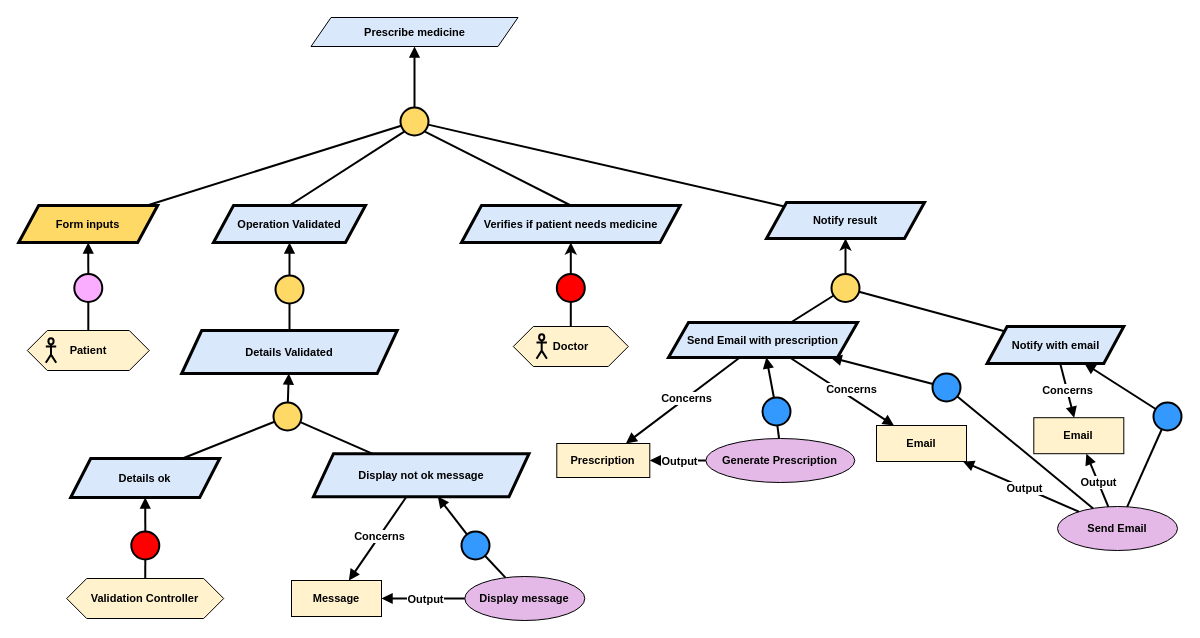
Before: Kaos/KAOS 12.drawio in RafaelCMira/myclinic-msp-project, a draw.io diagram. Source tidied: cells renumbered, new cells numbered last; positions are measured from the earlier drawing's top-left corner, leaving out a move shared by most shapes. Both pictures are drawn from the tidied source at 100%, with x=0, y=0 at pixel (18, 17).
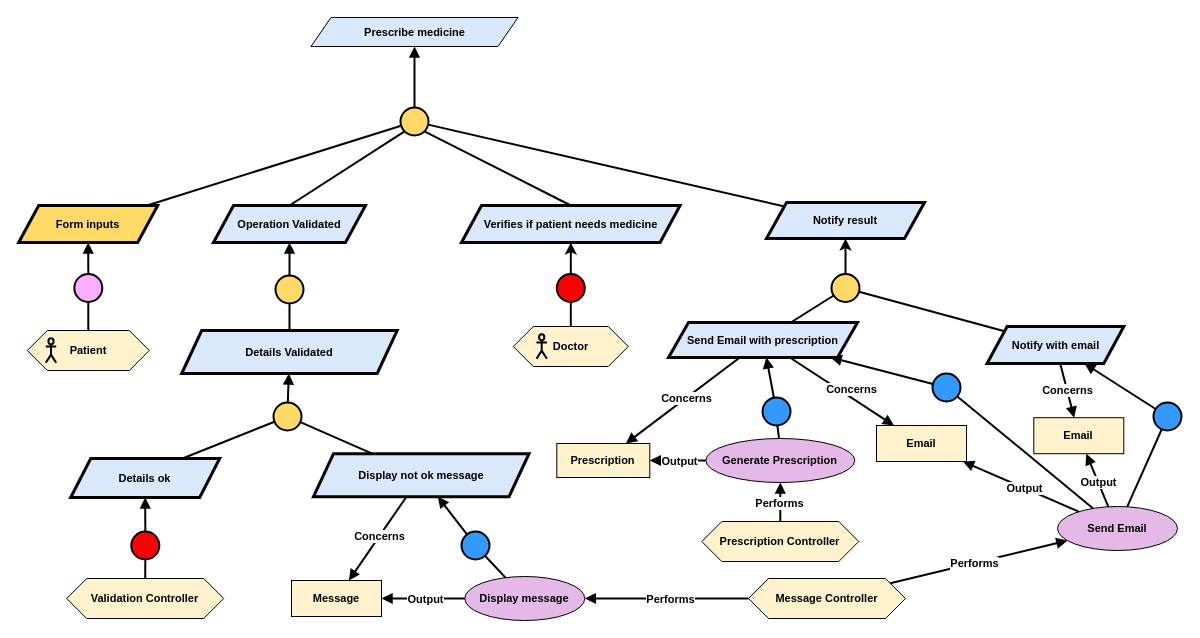
The same page after the edit.

Unchanged cells that the change refers to:
```xml
<mxCell id="26" value="&lt;b&gt;Display message&lt;/b&gt;" style="ellipse;whiteSpace=wrap;html=1;fillColor=#E4B9E7;strokeColor=#000000;fontFamily=Helvetica;fontSize=11;fontColor=default;labelBackgroundColor=none;" parent="1" vertex="1">
  <mxGeometry x="446.3" y="559" width="120" height="44" as="geometry" />
</mxCell>
<mxCell id="47" value="&lt;b&gt;Send Email&lt;/b&gt;" style="ellipse;whiteSpace=wrap;html=1;fillColor=#E4B9E7;strokeColor=#000000;fontFamily=Helvetica;fontSize=11;fontColor=default;labelBackgroundColor=none;" parent="1" vertex="1">
  <mxGeometry x="1039" y="489" width="120" height="44" as="geometry" />
</mxCell>
<mxCell id="56" value="&lt;b&gt;Generate Prescription&lt;/b&gt;" style="ellipse;whiteSpace=wrap;html=1;fillColor=#E4B9E7;strokeColor=#000000;fontFamily=Helvetica;fontSize=11;fontColor=default;labelBackgroundColor=none;" parent="1" vertex="1">
  <mxGeometry x="687.3" y="421" width="149" height="44" as="geometry" />
</mxCell>
```

Change to the diagram source:
```diff
@@
+    <mxCell id="79" value="&lt;b&gt;Message Controller&lt;/b&gt;" style="shape=hexagon;perimeter=hexagonPerimeter2;whiteSpace=wrap;html=1;fixedSize=1;fillColor=#FFF2CC;fontFamily=Helvetica;fontSize=11;fontColor=default;labelBackgroundColor=none;" parent="1" vertex="1">
+      <mxGeometry x="730" y="561" width="157" height="40" as="geometry" />
+    </mxCell>
+    <mxCell id="80" style="endArrow=block;html=1;rounded=0;endFill=1;strokeWidth=2;" parent="1" edge="1" source="79" target="26">
+      <mxGeometry relative="1" as="geometry" />
+    </mxCell>
+    <mxCell id="81" value="&lt;b&gt;Performs&lt;/b&gt;" style="edgeLabel;html=1;align=center;verticalAlign=middle;" parent="80" vertex="1">
+      <mxGeometry x="-0.05" relative="1" as="geometry">
+        <mxPoint x="-1" as="offset" />
+      </mxGeometry>
+    </mxCell>
+    <mxCell id="82" style="endArrow=block;html=1;rounded=0;endFill=1;strokeWidth=2;" parent="1" edge="1" source="79" target="47">
+      <mxGeometry relative="1" as="geometry" />
+    </mxCell>
+    <mxCell id="83" value="&lt;b&gt;Performs&lt;/b&gt;" style="edgeLabel;html=1;align=center;verticalAlign=middle;" parent="82" vertex="1">
+      <mxGeometry x="-0.05" relative="1" as="geometry">
+        <mxPoint x="-1" as="offset" />
+      </mxGeometry>
+    </mxCell>
+    <mxCell id="84" value="&lt;b&gt;Prescription Controller&lt;/b&gt;" style="shape=hexagon;perimeter=hexagonPerimeter2;whiteSpace=wrap;html=1;fixedSize=1;fillColor=#FFF2CC;fontFamily=Helvetica;fontSize=11;fontColor=default;labelBackgroundColor=none;" parent="1" vertex="1">
+      <mxGeometry x="683.3" y="504" width="157" height="40" as="geometry" />
+    </mxCell>
+    <mxCell id="85" style="endArrow=block;html=1;rounded=0;endFill=1;strokeWidth=2;" parent="1" edge="1" source="84" target="56">
+      <mxGeometry relative="1" as="geometry" />
+    </mxCell>
+    <mxCell id="86" value="&lt;b&gt;Performs&lt;/b&gt;" style="edgeLabel;html=1;align=center;verticalAlign=middle;" parent="85" vertex="1">
+      <mxGeometry x="-0.05" relative="1" as="geometry">
+        <mxPoint x="-1" as="offset" />
+      </mxGeometry>
+    </mxCell>
```
